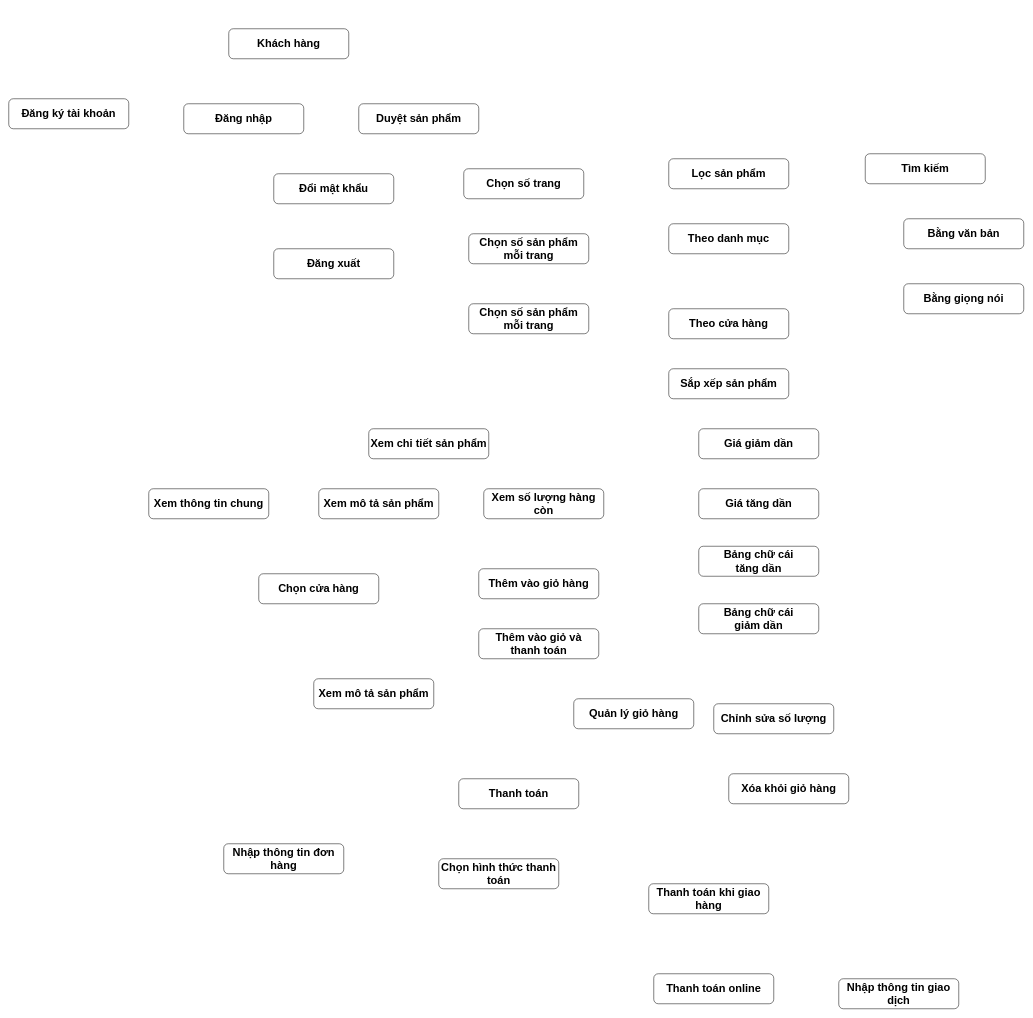
Above: Diagrams/So do phan ra_Khach_Hang_Rev1.drawio in vfon98/thesis-storozone-documents (draw.io), before the change. Source tidied: cells renumbered, new cells numbered last; positions are measured from the earlier drawing's top-left corner, leaving out a move shared by most shapes. Both pictures are drawn from the tidied source at 50%, with x=0, y=0 at pixel (8, 28).
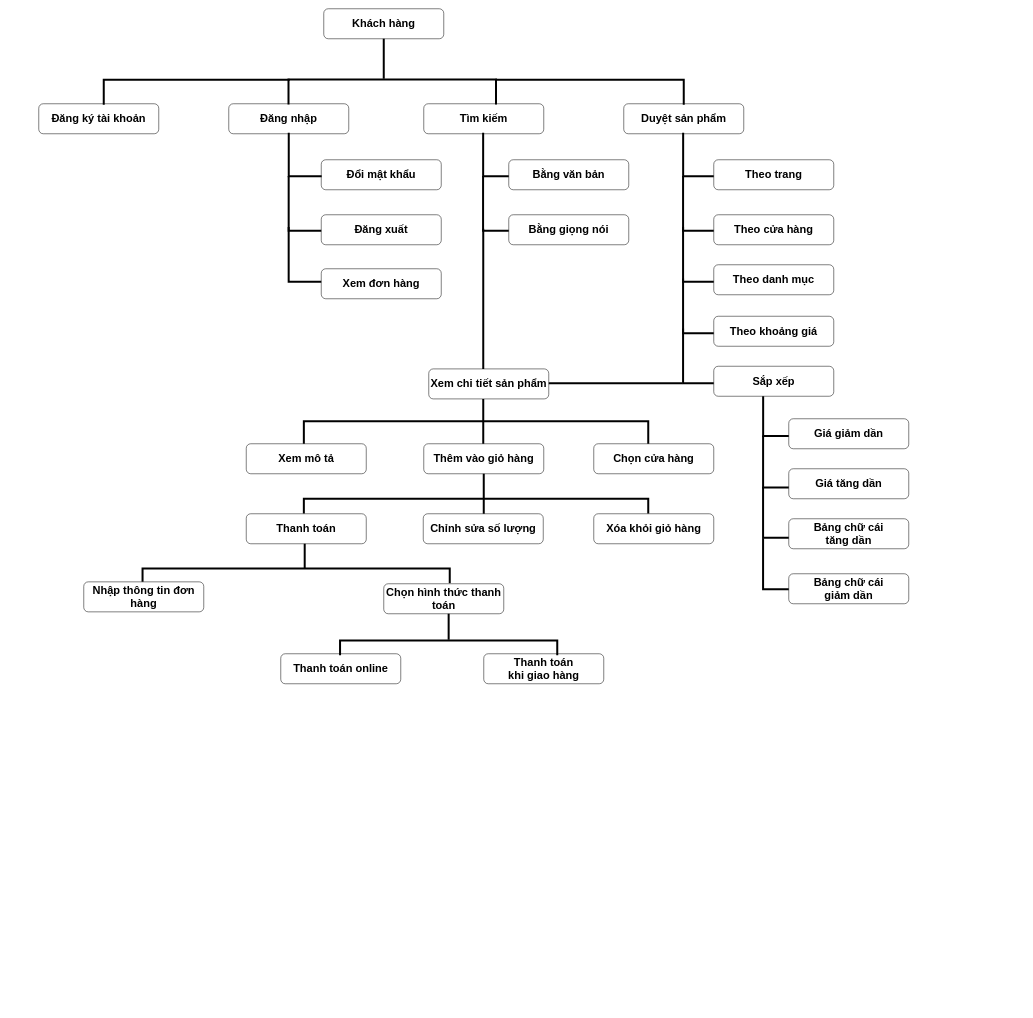
After the change.

Change to the diagram source:
```diff
@@
+    <mxCell id="39" style="line;strokeWidth=4;direction=south;html=1;fontSize=56;" parent="1" vertex="1">
+      <mxGeometry x="874.8" y="1156.4" width="10" height="65.6" as="geometry" />
+    </mxCell>
+    <mxCell id="40" style="line;strokeWidth=4;direction=south;html=1;fontSize=56;" parent="1" vertex="1">
+      <mxGeometry x="586.9" y="1021" width="10" height="59" as="geometry" />
+    </mxCell>
+    <mxCell id="41" style="strokeWidth=4;html=1;shape=mxgraph.flowchart.annotation_1;align=left;fontSize=56;rotation=90;" parent="1" vertex="1">
+      <mxGeometry x="560" y="787.2" width="29.6" height="614.4" as="geometry" />
+    </mxCell>
+    <mxCell id="42" style="line;strokeWidth=4;direction=south;html=1;fontSize=56;" parent="1" vertex="1">
+      <mxGeometry x="945" y="880" width="10" height="100" as="geometry" />
+    </mxCell>
+    <mxCell id="43" style="line;strokeWidth=4;direction=south;html=1;fontSize=56;" parent="1" vertex="1">
+      <mxGeometry x="944" y="740" width="10" height="100" as="geometry" />
+    </mxCell>
+    <mxCell id="44" style="strokeWidth=4;html=1;shape=mxgraph.flowchart.annotation_1;align=left;fontSize=56;rotation=90;" parent="1" vertex="1">
+      <mxGeometry x="909.6" y="465.6" width="50" height="688.8" as="geometry" />
+    </mxCell>
+    <mxCell id="45" style="line;strokeWidth=4;direction=south;html=1;fontSize=56;" parent="1" vertex="1">
+      <mxGeometry x="944" y="400" width="10" height="290" as="geometry" />
+    </mxCell>
+    <mxCell id="46" style="line;strokeWidth=4;direction=south;html=1;fontSize=56;rotation=90;" parent="1" vertex="1">
+      <mxGeometry x="1207" y="574" width="10" height="270" as="geometry" />
+    </mxCell>
+    <mxCell id="47" value="&lt;br&gt;&lt;br&gt;&lt;br&gt;&lt;br&gt;&lt;br&gt;&lt;br&gt;&lt;br&gt;&lt;br&gt;" style="shape=partialRectangle;whiteSpace=wrap;html=1;top=0;left=0;fillColor=none;strokeWidth=4;fontSize=56;rotation=90;" parent="1" vertex="1">
+      <mxGeometry x="541.2" y="417" width="107.6" height="70.3" as="geometry" />
+    </mxCell>
+    <mxCell id="48" value="&lt;br&gt;&lt;br&gt;&lt;br&gt;&lt;br&gt;&lt;br&gt;&lt;br&gt;&lt;br&gt;&lt;br&gt;" style="shape=partialRectangle;whiteSpace=wrap;html=1;top=0;left=0;fillColor=none;strokeWidth=4;fontSize=56;rotation=90;" parent="1" vertex="1">
+      <mxGeometry x="1498.2" y="740.3" width="85" height="63.8" as="geometry" />
+    </mxCell>
+    <mxCell id="49" value="&lt;br&gt;&lt;br&gt;&lt;br&gt;&lt;br&gt;&lt;br&gt;&lt;br&gt;&lt;br&gt;&lt;br&gt;" style="shape=partialRectangle;whiteSpace=wrap;html=1;top=0;left=0;fillColor=none;strokeWidth=4;fontSize=56;rotation=90;" parent="1" vertex="1">
+      <mxGeometry x="1493.8" y="1035.9" width="100" height="70.3" as="geometry" />
+    </mxCell>
+    <mxCell id="50" value="&lt;br&gt;&lt;br&gt;&lt;br&gt;&lt;br&gt;&lt;br&gt;&lt;br&gt;&lt;br&gt;&lt;br&gt;" style="shape=partialRectangle;whiteSpace=wrap;html=1;top=0;left=0;fillColor=none;strokeWidth=4;fontSize=56;rotation=90;" parent="1" vertex="1">
+      <mxGeometry x="1493.8" y="932.9" width="100" height="70.3" as="geometry" />
+    </mxCell>
+    <mxCell id="51" value="&lt;br&gt;&lt;br&gt;&lt;br&gt;&lt;br&gt;&lt;br&gt;&lt;br&gt;&lt;br&gt;&lt;br&gt;" style="shape=partialRectangle;whiteSpace=wrap;html=1;top=0;left=0;fillColor=none;strokeWidth=4;fontSize=56;rotation=90;" parent="1" vertex="1">
+      <mxGeometry x="1489.7" y="834.7" width="101.8" height="63.8" as="geometry" />
+    </mxCell>
+    <mxCell id="52" value="&lt;br&gt;&lt;br&gt;&lt;br&gt;&lt;br&gt;&lt;br&gt;&lt;br&gt;&lt;br&gt;&lt;br&gt;" style="shape=partialRectangle;whiteSpace=wrap;html=1;top=0;left=0;fillColor=none;strokeWidth=4;fontSize=56;rotation=90;" parent="1" vertex="1">
+      <mxGeometry x="1330" y="620" width="107.6" height="70.3" as="geometry" />
+    </mxCell>
+    <mxCell id="53" value="&lt;br&gt;&lt;br&gt;&lt;br&gt;&lt;br&gt;&lt;br&gt;&lt;br&gt;&lt;br&gt;&lt;br&gt;" style="shape=partialRectangle;whiteSpace=wrap;html=1;top=0;left=0;fillColor=none;strokeWidth=4;fontSize=56;rotation=90;" parent="1" vertex="1">
+      <mxGeometry x="1330" y="520" width="107.6" height="70.3" as="geometry" />
+    </mxCell>
+    <mxCell id="54" value="&lt;br&gt;&lt;br&gt;&lt;br&gt;&lt;br&gt;&lt;br&gt;&lt;br&gt;&lt;br&gt;&lt;br&gt;" style="shape=partialRectangle;whiteSpace=wrap;html=1;top=0;left=0;fillColor=none;strokeWidth=4;fontSize=56;rotation=90;" parent="1" vertex="1">
+      <mxGeometry x="1330" y="417" width="107.6" height="70.3" as="geometry" />
+    </mxCell>
     <mxCell id="2" value="Khách hàng" style="rounded=1;whiteSpace=wrap;html=1;fontSize=22;fontStyle=1;" parent="1" vertex="1">
-      <mxGeometry x="440" width="240" height="60" as="geometry" />
+      <mxGeometry x="630" y="-40" width="240" height="60" as="geometry" />
     </mxCell>
     <mxCell id="3" value="Đăng nhập" style="rounded=1;whiteSpace=wrap;html=1;fontSize=22;fontStyle=1;" parent="1" vertex="1">
-      <mxGeometry x="350" y="150" width="240" height="60" as="geometry" />
+      <mxGeometry x="440" y="150" width="240" height="60" as="geometry" />
     </mxCell>
     <mxCell id="4" value="Đăng ký tài khoản" style="rounded=1;whiteSpace=wrap;html=1;fontSize=22;fontStyle=1;" parent="1" vertex="1">
-      <mxGeometry y="140" width="240" height="60" as="geometry" />
+      <mxGeometry x="60" y="150" width="240" height="60" as="geometry" />
     </mxCell>
     <mxCell id="5" value="Đổi mật khẩu" style="rounded=1;whiteSpace=wrap;html=1;fontSize=22;fontStyle=1;" parent="1" vertex="1">
-      <mxGeometry x="530" y="290" width="240" height="60" as="geometry" />
+      <mxGeometry x="625" y="262" width="240" height="60" as="geometry" />
     </mxCell>
-    <mxCell id="6" value="Đăng xuất" style="rounded=1;whiteSpace=wrap;html=1;fontSize=22;fontStyle=1;" parent="1" vertex="1">
-      <mxGeometry x="530" y="440" width="240" height="60" as="geometry" />
-    </mxCell>
     <mxCell id="7" value="Duyệt sản phẩm" style="rounded=1;whiteSpace=wrap;html=1;fontSize=22;fontStyle=1;" parent="1" vertex="1">
-      <mxGeometry x="700" y="150" width="240" height="60" as="geometry" />
+      <mxGeometry x="1230" y="150" width="240" height="60" as="geometry" />
     </mxCell>
-    <mxCell id="8" value="Chọn số trang" style="rounded=1;whiteSpace=wrap;html=1;fontSize=22;fontStyle=1;" parent="1" vertex="1">
-      <mxGeometry x="910" y="280" width="240" height="60" as="geometry" />
-    </mxCell>
-    <mxCell id="9" value="Chọn số sản phẩm&lt;br&gt;mỗi trang" style="rounded=1;whiteSpace=wrap;html=1;fontSize=22;fontStyle=1;" parent="1" vertex="1">
-      <mxGeometry x="920" y="410" width="240" height="60" as="geometry" />
-    </mxCell>
     <mxCell id="10" value="Xem chi tiết sản phẩm" style="rounded=1;whiteSpace=wrap;html=1;fontSize=22;fontStyle=1;" parent="1" vertex="1">
-      <mxGeometry x="720" y="800" width="240" height="60" as="geometry" />
+      <mxGeometry x="840" y="680.3" width="240" height="60" as="geometry" />
     </mxCell>
-    <mxCell id="11" value="Chọn số sản phẩm&lt;br&gt;mỗi trang" style="rounded=1;whiteSpace=wrap;html=1;fontSize=22;fontStyle=1;" parent="1" vertex="1">
-      <mxGeometry x="920" y="550" width="240" height="60" as="geometry" />
-    </mxCell>
-    <mxCell id="12" value="Lọc sản phẩm" style="rounded=1;whiteSpace=wrap;html=1;fontSize=22;fontStyle=1;" parent="1" vertex="1">
-      <mxGeometry x="1320" y="260" width="240" height="60" as="geometry" />
-    </mxCell>
     <mxCell id="13" value="Theo danh mục" style="rounded=1;whiteSpace=wrap;html=1;fontSize=22;fontStyle=1;" parent="1" vertex="1">
-      <mxGeometry x="1320" y="390" width="240" height="60" as="geometry" />
+      <mxGeometry x="1410" y="472" width="240" height="60" as="geometry" />
     </mxCell>
-    <mxCell id="14" value="Theo cửa hàng" style="rounded=1;whiteSpace=wrap;html=1;fontSize=22;fontStyle=1;" parent="1" vertex="1">
-      <mxGeometry x="1320" y="560" width="240" height="60" as="geometry" />
-    </mxCell>
-    <mxCell id="15" value="Sắp xếp sản phẩm" style="rounded=1;whiteSpace=wrap;html=1;fontSize=22;fontStyle=1;" parent="1" vertex="1">
-      <mxGeometry x="1320" y="680" width="240" height="60" as="geometry" />
+    <mxCell id="15" value="Sắp xếp" style="rounded=1;whiteSpace=wrap;html=1;fontSize=22;fontStyle=1;" parent="1" vertex="1">
+      <mxGeometry x="1410" y="675" width="240" height="60" as="geometry" />
     </mxCell>
-    <mxCell id="16" value="Giá giảm dần" style="rounded=1;whiteSpace=wrap;html=1;fontSize=22;fontStyle=1;" parent="1" vertex="1">
-      <mxGeometry x="1380" y="800" width="240" height="60" as="geometry" />
-    </mxCell>
     <mxCell id="17" value="Giá tăng dần" style="rounded=1;whiteSpace=wrap;html=1;fontSize=22;fontStyle=1;" parent="1" vertex="1">
-      <mxGeometry x="1380" y="920" width="240" height="60" as="geometry" />
+      <mxGeometry x="1560" y="880" width="240" height="60" as="geometry" />
     </mxCell>
     <mxCell id="18" value="Bảng chữ cái&lt;br&gt;tăng dần" style="rounded=1;whiteSpace=wrap;html=1;fontSize=22;fontStyle=1;" parent="1" vertex="1">
-      <mxGeometry x="1380" y="1035" width="240" height="60" as="geometry" />
+      <mxGeometry x="1560" y="980" width="240" height="60" as="geometry" />
     </mxCell>
     <mxCell id="19" value="Bảng chữ cái&lt;br&gt;giảm dần" style="rounded=1;whiteSpace=wrap;html=1;fontSize=22;fontStyle=1;" parent="1" vertex="1">
-      <mxGeometry x="1380" y="1150" width="240" height="60" as="geometry" />
+      <mxGeometry x="1560" y="1090" width="240" height="60" as="geometry" />
     </mxCell>
     <mxCell id="20" value="Tìm kiếm" style="rounded=1;whiteSpace=wrap;html=1;fontSize=22;fontStyle=1;" parent="1" vertex="1">
-      <mxGeometry x="1713" y="250" width="240" height="60" as="geometry" />
+      <mxGeometry x="830" y="150" width="240" height="60" as="geometry" />
     </mxCell>
-    <mxCell id="21" value="Bằng văn bản" style="rounded=1;whiteSpace=wrap;html=1;fontSize=22;fontStyle=1;" parent="1" vertex="1">
-      <mxGeometry x="1790" y="380" width="240" height="60" as="geometry" />
-    </mxCell>
-    <mxCell id="22" value="Bằng giọng nói" style="rounded=1;whiteSpace=wrap;html=1;fontSize=22;fontStyle=1;" parent="1" vertex="1">
-      <mxGeometry x="1790" y="510" width="240" height="60" as="geometry" />
-    </mxCell>
-    <mxCell id="23" value="Xem thông tin chung" style="rounded=1;whiteSpace=wrap;html=1;fontSize=22;fontStyle=1;" parent="1" vertex="1">
-      <mxGeometry x="280" y="920" width="240" height="60" as="geometry" />
-    </mxCell>
-    <mxCell id="24" value="Xem mô tả sản phẩm" style="rounded=1;whiteSpace=wrap;html=1;fontSize=22;fontStyle=1;" parent="1" vertex="1">
-      <mxGeometry x="620" y="920" width="240" height="60" as="geometry" />
-    </mxCell>
-    <mxCell id="25" value="Xem số lượng hàng còn" style="rounded=1;whiteSpace=wrap;html=1;fontSize=22;fontStyle=1;" parent="1" vertex="1">
-      <mxGeometry x="950" y="920" width="240" height="60" as="geometry" />
-    </mxCell>
     <mxCell id="26" value="Chọn cửa hàng" style="rounded=1;whiteSpace=wrap;html=1;fontSize=22;fontStyle=1;" parent="1" vertex="1">
-      <mxGeometry x="500" y="1090" width="240" height="60" as="geometry" />
+      <mxGeometry x="1170" y="830" width="240" height="60" as="geometry" />
     </mxCell>
     <mxCell id="27" value="Thêm vào giỏ hàng" style="rounded=1;whiteSpace=wrap;html=1;fontSize=22;fontStyle=1;" parent="1" vertex="1">
-      <mxGeometry x="940" y="1080" width="240" height="60" as="geometry" />
+      <mxGeometry x="830" y="830" width="240" height="60" as="geometry" />
     </mxCell>
-    <mxCell id="28" value="Xem mô tả sản phẩm" style="rounded=1;whiteSpace=wrap;html=1;fontSize=22;fontStyle=1;" parent="1" vertex="1">
-      <mxGeometry x="610" y="1300" width="240" height="60" as="geometry" />
-    </mxCell>
-    <mxCell id="29" value="Thêm vào giỏ và thanh toán" style="rounded=1;whiteSpace=wrap;html=1;fontSize=22;fontStyle=1;" parent="1" vertex="1">
-      <mxGeometry x="940" y="1200" width="240" height="60" as="geometry" />
-    </mxCell>
-    <mxCell id="30" value="Quản lý giỏ hàng" style="rounded=1;whiteSpace=wrap;html=1;fontSize=22;fontStyle=1;" parent="1" vertex="1">
-      <mxGeometry x="1130" y="1340" width="240" height="60" as="geometry" />
-    </mxCell>
     <mxCell id="31" value="Chỉnh sửa số lượng" style="rounded=1;whiteSpace=wrap;html=1;fontSize=22;fontStyle=1;" parent="1" vertex="1">
-      <mxGeometry x="1410" y="1350" width="240" height="60" as="geometry" />
+      <mxGeometry x="829" y="970" width="240" height="60" as="geometry" />
     </mxCell>
     <mxCell id="32" value="Xóa khỏi giỏ hàng" style="rounded=1;whiteSpace=wrap;html=1;fontSize=22;fontStyle=1;" parent="1" vertex="1">
-      <mxGeometry x="1440" y="1490" width="240" height="60" as="geometry" />
+      <mxGeometry x="1170" y="970" width="240" height="60" as="geometry" />
     </mxCell>
     <mxCell id="33" value="Thanh toán" style="rounded=1;whiteSpace=wrap;html=1;fontSize=22;fontStyle=1;" parent="1" vertex="1">
-      <mxGeometry x="900" y="1500" width="240" height="60" as="geometry" />
+      <mxGeometry x="475" y="970" width="240" height="60" as="geometry" />
     </mxCell>
-    <mxCell id="34" value="Thanh toán khi giao hàng" style="rounded=1;whiteSpace=wrap;html=1;fontSize=22;fontStyle=1;" parent="1" vertex="1">
-      <mxGeometry x="1280" y="1710" width="240" height="60" as="geometry" />
+    <mxCell id="34" value="Thanh toán&lt;br&gt;khi giao hàng" style="rounded=1;whiteSpace=wrap;html=1;fontSize=22;fontStyle=1;" parent="1" vertex="1">
+      <mxGeometry x="950" y="1250" width="240" height="60" as="geometry" />
     </mxCell>
     <mxCell id="35" value="Thanh toán online" style="rounded=1;whiteSpace=wrap;html=1;fontSize=22;fontStyle=1;" parent="1" vertex="1">
-      <mxGeometry x="1290" y="1890" width="240" height="60" as="geometry" />
+      <mxGeometry x="544" y="1250" width="240" height="60" as="geometry" />
     </mxCell>
-    <mxCell id="36" value="Nhập thông tin giao dịch" style="rounded=1;whiteSpace=wrap;html=1;fontSize=22;fontStyle=1;" parent="1" vertex="1">
-      <mxGeometry x="1660" y="1900" width="240" height="60" as="geometry" />
-    </mxCell>
     <mxCell id="37" value="Nhập thông tin đơn hàng" style="rounded=1;whiteSpace=wrap;html=1;fontSize=22;fontStyle=1;" parent="1" vertex="1">
-      <mxGeometry x="430" y="1630" width="240" height="60" as="geometry" />
+      <mxGeometry x="150" y="1106.2" width="240" height="60" as="geometry" />
     </mxCell>
     <mxCell id="38" value="Chọn hình thức thanh toán" style="rounded=1;whiteSpace=wrap;html=1;fontSize=22;fontStyle=1;" parent="1" vertex="1">
-      <mxGeometry x="860" y="1660" width="240" height="60" as="geometry" />
+      <mxGeometry x="750" y="1110" width="240" height="60" as="geometry" />
     </mxCell>
+    <mxCell id="55" value="&lt;br&gt;&lt;br&gt;&lt;br&gt;&lt;br&gt;&lt;br&gt;&lt;br&gt;&lt;br&gt;&lt;br&gt;" style="shape=partialRectangle;whiteSpace=wrap;html=1;top=0;left=0;fillColor=none;strokeWidth=4;fontSize=56;rotation=90;" parent="1" vertex="1">
+      <mxGeometry x="549.4" y="220.6" width="85" height="63.8" as="geometry" />
+    </mxCell>
+    <mxCell id="56" value="&lt;br&gt;&lt;br&gt;&lt;br&gt;&lt;br&gt;&lt;br&gt;&lt;br&gt;&lt;br&gt;&lt;br&gt;" style="shape=partialRectangle;whiteSpace=wrap;html=1;top=0;left=0;fillColor=none;strokeWidth=4;fontSize=56;rotation=90;" parent="1" vertex="1">
+      <mxGeometry x="541.2" y="315.2" width="107.6" height="70.3" as="geometry" />
+    </mxCell>
+    <mxCell id="57" value="Theo khoảng giá" style="rounded=1;whiteSpace=wrap;html=1;fontSize=22;fontStyle=1;" parent="1" vertex="1">
+      <mxGeometry x="1410" y="575" width="240" height="60" as="geometry" />
+    </mxCell>
+    <mxCell id="58" value="Xem mô tả" style="rounded=1;whiteSpace=wrap;html=1;fontSize=22;fontStyle=1;" parent="1" vertex="1">
+      <mxGeometry x="475" y="830" width="240" height="60" as="geometry" />
+    </mxCell>
+    <mxCell id="59" style="strokeWidth=4;html=1;shape=mxgraph.flowchart.annotation_1;align=left;fontSize=56;rotation=90;" parent="1" vertex="1">
+      <mxGeometry x="742" y="-81" width="50" height="415" as="geometry" />
+    </mxCell>
+    <mxCell id="60" style="line;strokeWidth=4;direction=south;html=1;fontSize=56;" parent="1" vertex="1">
+      <mxGeometry x="745" y="20" width="10" height="80" as="geometry" />
+    </mxCell>
+    <mxCell id="61" style="shape=partialRectangle;whiteSpace=wrap;html=1;bottom=0;right=0;fillColor=none;strokeWidth=4;fontSize=56;" parent="1" vertex="1">
+      <mxGeometry x="190" y="102" width="370" height="48" as="geometry" />
+    </mxCell>
+    <mxCell id="62" style="shape=partialRectangle;whiteSpace=wrap;html=1;bottom=0;right=0;fillColor=none;strokeWidth=4;fontSize=56;direction=east;flipH=1;" parent="1" vertex="1">
+      <mxGeometry x="975" y="102" width="375" height="48" as="geometry" />
+    </mxCell>
+    <mxCell id="6" value="Đăng xuất" style="rounded=1;whiteSpace=wrap;html=1;fontSize=22;fontStyle=1;" parent="1" vertex="1">
+      <mxGeometry x="625" y="372" width="240" height="60" as="geometry" />
+    </mxCell>
+    <mxCell id="63" value="&lt;br&gt;&lt;br&gt;&lt;br&gt;&lt;br&gt;&lt;br&gt;&lt;br&gt;&lt;br&gt;&lt;br&gt;" style="shape=partialRectangle;whiteSpace=wrap;html=1;top=0;left=0;fillColor=none;strokeWidth=4;fontSize=56;rotation=90;" parent="1" vertex="1">
+      <mxGeometry x="938.2" y="220.6" width="85" height="63.8" as="geometry" />
+    </mxCell>
+    <mxCell id="64" value="&lt;br&gt;&lt;br&gt;&lt;br&gt;&lt;br&gt;&lt;br&gt;&lt;br&gt;&lt;br&gt;&lt;br&gt;" style="shape=partialRectangle;whiteSpace=wrap;html=1;top=0;left=0;fillColor=none;strokeWidth=4;fontSize=56;rotation=90;" parent="1" vertex="1">
+      <mxGeometry x="930" y="315.2" width="107.6" height="70.3" as="geometry" />
+    </mxCell>
+    <mxCell id="21" value="Bằng văn bản" style="rounded=1;whiteSpace=wrap;html=1;fontSize=22;fontStyle=1;" parent="1" vertex="1">
+      <mxGeometry x="1000" y="262" width="240" height="60" as="geometry" />
+    </mxCell>
+    <mxCell id="22" value="Bằng giọng nói" style="rounded=1;whiteSpace=wrap;html=1;fontSize=22;fontStyle=1;" parent="1" vertex="1">
+      <mxGeometry x="1000" y="372" width="240" height="60" as="geometry" />
+    </mxCell>
+    <mxCell id="65" value="&lt;br&gt;&lt;br&gt;&lt;br&gt;&lt;br&gt;&lt;br&gt;&lt;br&gt;&lt;br&gt;&lt;br&gt;" style="shape=partialRectangle;whiteSpace=wrap;html=1;top=0;left=0;fillColor=none;strokeWidth=4;fontSize=56;rotation=90;" parent="1" vertex="1">
+      <mxGeometry x="1338.2" y="220.6" width="85" height="63.8" as="geometry" />
+    </mxCell>
+    <mxCell id="66" value="&lt;br&gt;&lt;br&gt;&lt;br&gt;&lt;br&gt;&lt;br&gt;&lt;br&gt;&lt;br&gt;&lt;br&gt;" style="shape=partialRectangle;whiteSpace=wrap;html=1;top=0;left=0;fillColor=none;strokeWidth=4;fontSize=56;rotation=90;" parent="1" vertex="1">
+      <mxGeometry x="1330" y="315.2" width="107.6" height="70.3" as="geometry" />
+    </mxCell>
+    <mxCell id="8" value="Theo trang" style="rounded=1;whiteSpace=wrap;html=1;fontSize=22;fontStyle=1;" parent="1" vertex="1">
+      <mxGeometry x="1410" y="262" width="240" height="60" as="geometry" />
+    </mxCell>
+    <mxCell id="14" value="Theo cửa hàng" style="rounded=1;whiteSpace=wrap;html=1;fontSize=22;fontStyle=1;" parent="1" vertex="1">
+      <mxGeometry x="1410" y="372" width="240" height="60" as="geometry" />
+    </mxCell>
+    <mxCell id="16" value="Giá giảm dần" style="rounded=1;whiteSpace=wrap;html=1;fontSize=22;fontStyle=1;" parent="1" vertex="1">
+      <mxGeometry x="1560" y="780" width="240" height="60" as="geometry" />
+    </mxCell>
+    <mxCell id="67" value="Xem đơn hàng" style="rounded=1;whiteSpace=wrap;html=1;fontSize=22;fontStyle=1;" parent="1" vertex="1">
+      <mxGeometry x="625" y="480" width="240" height="60" as="geometry" />
+    </mxCell>
+    <mxCell id="68" style="strokeWidth=4;html=1;shape=mxgraph.flowchart.annotation_1;align=left;fontSize=56;rotation=90;" parent="1" vertex="1">
+      <mxGeometry x="919.8" y="610.2" width="29.6" height="688.8" as="geometry" />
+    </mxCell>
+    <mxCell id="69" style="strokeWidth=4;html=1;shape=mxgraph.flowchart.annotation_1;align=left;fontSize=56;rotation=90;" parent="1" vertex="1">
+      <mxGeometry x="865" y="1021" width="29.6" height="434.4" as="geometry" />
+    </mxCell>
```
